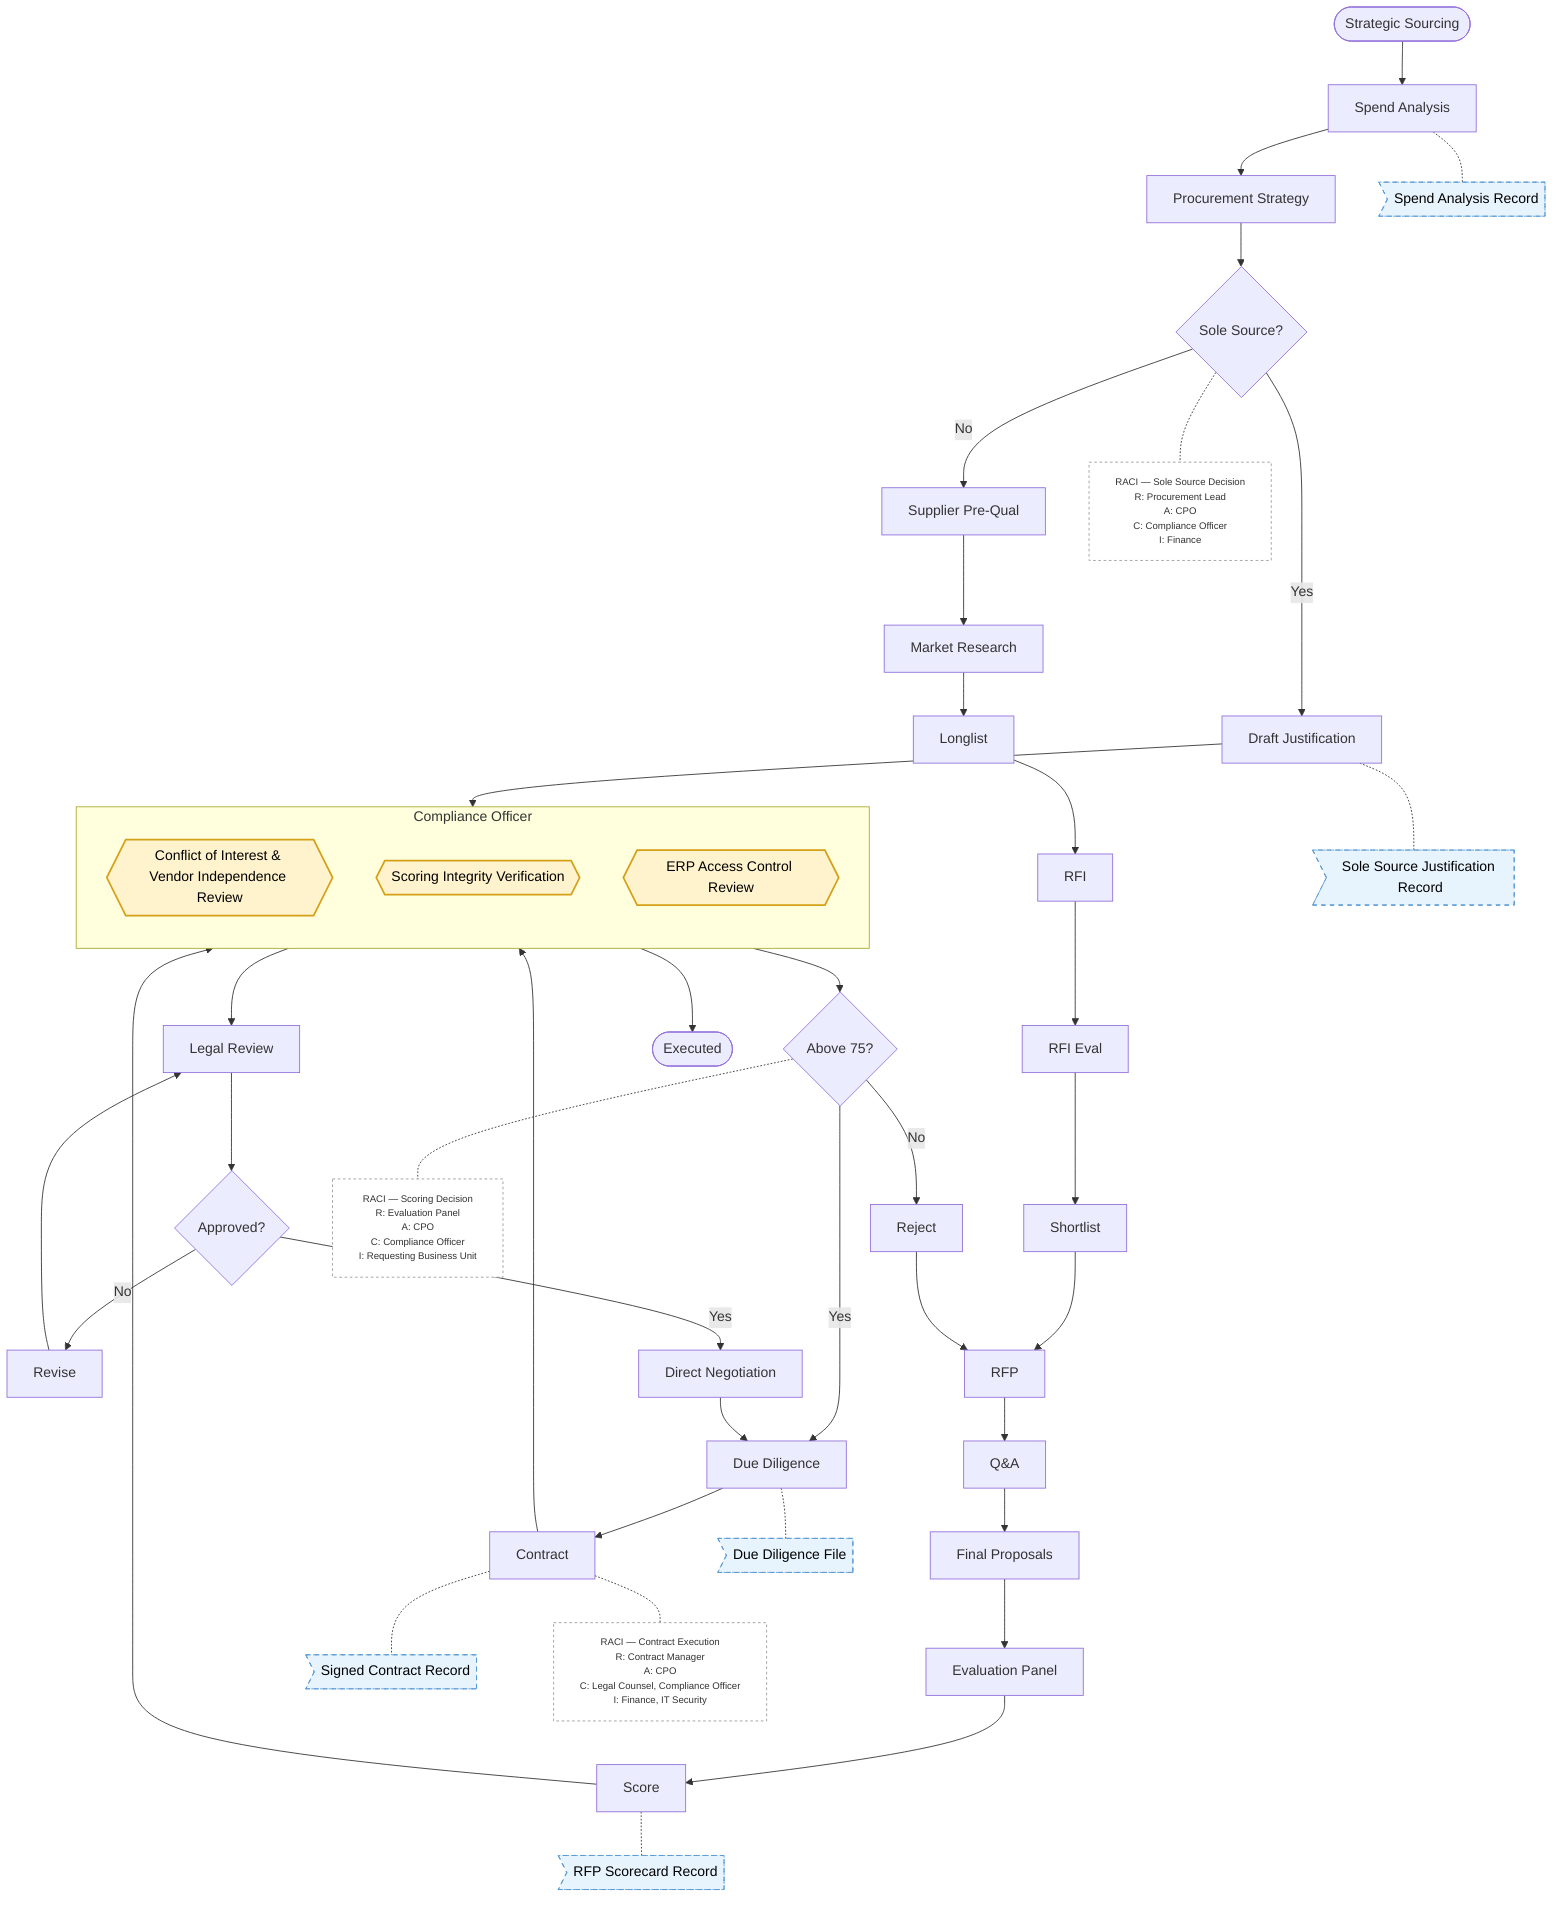
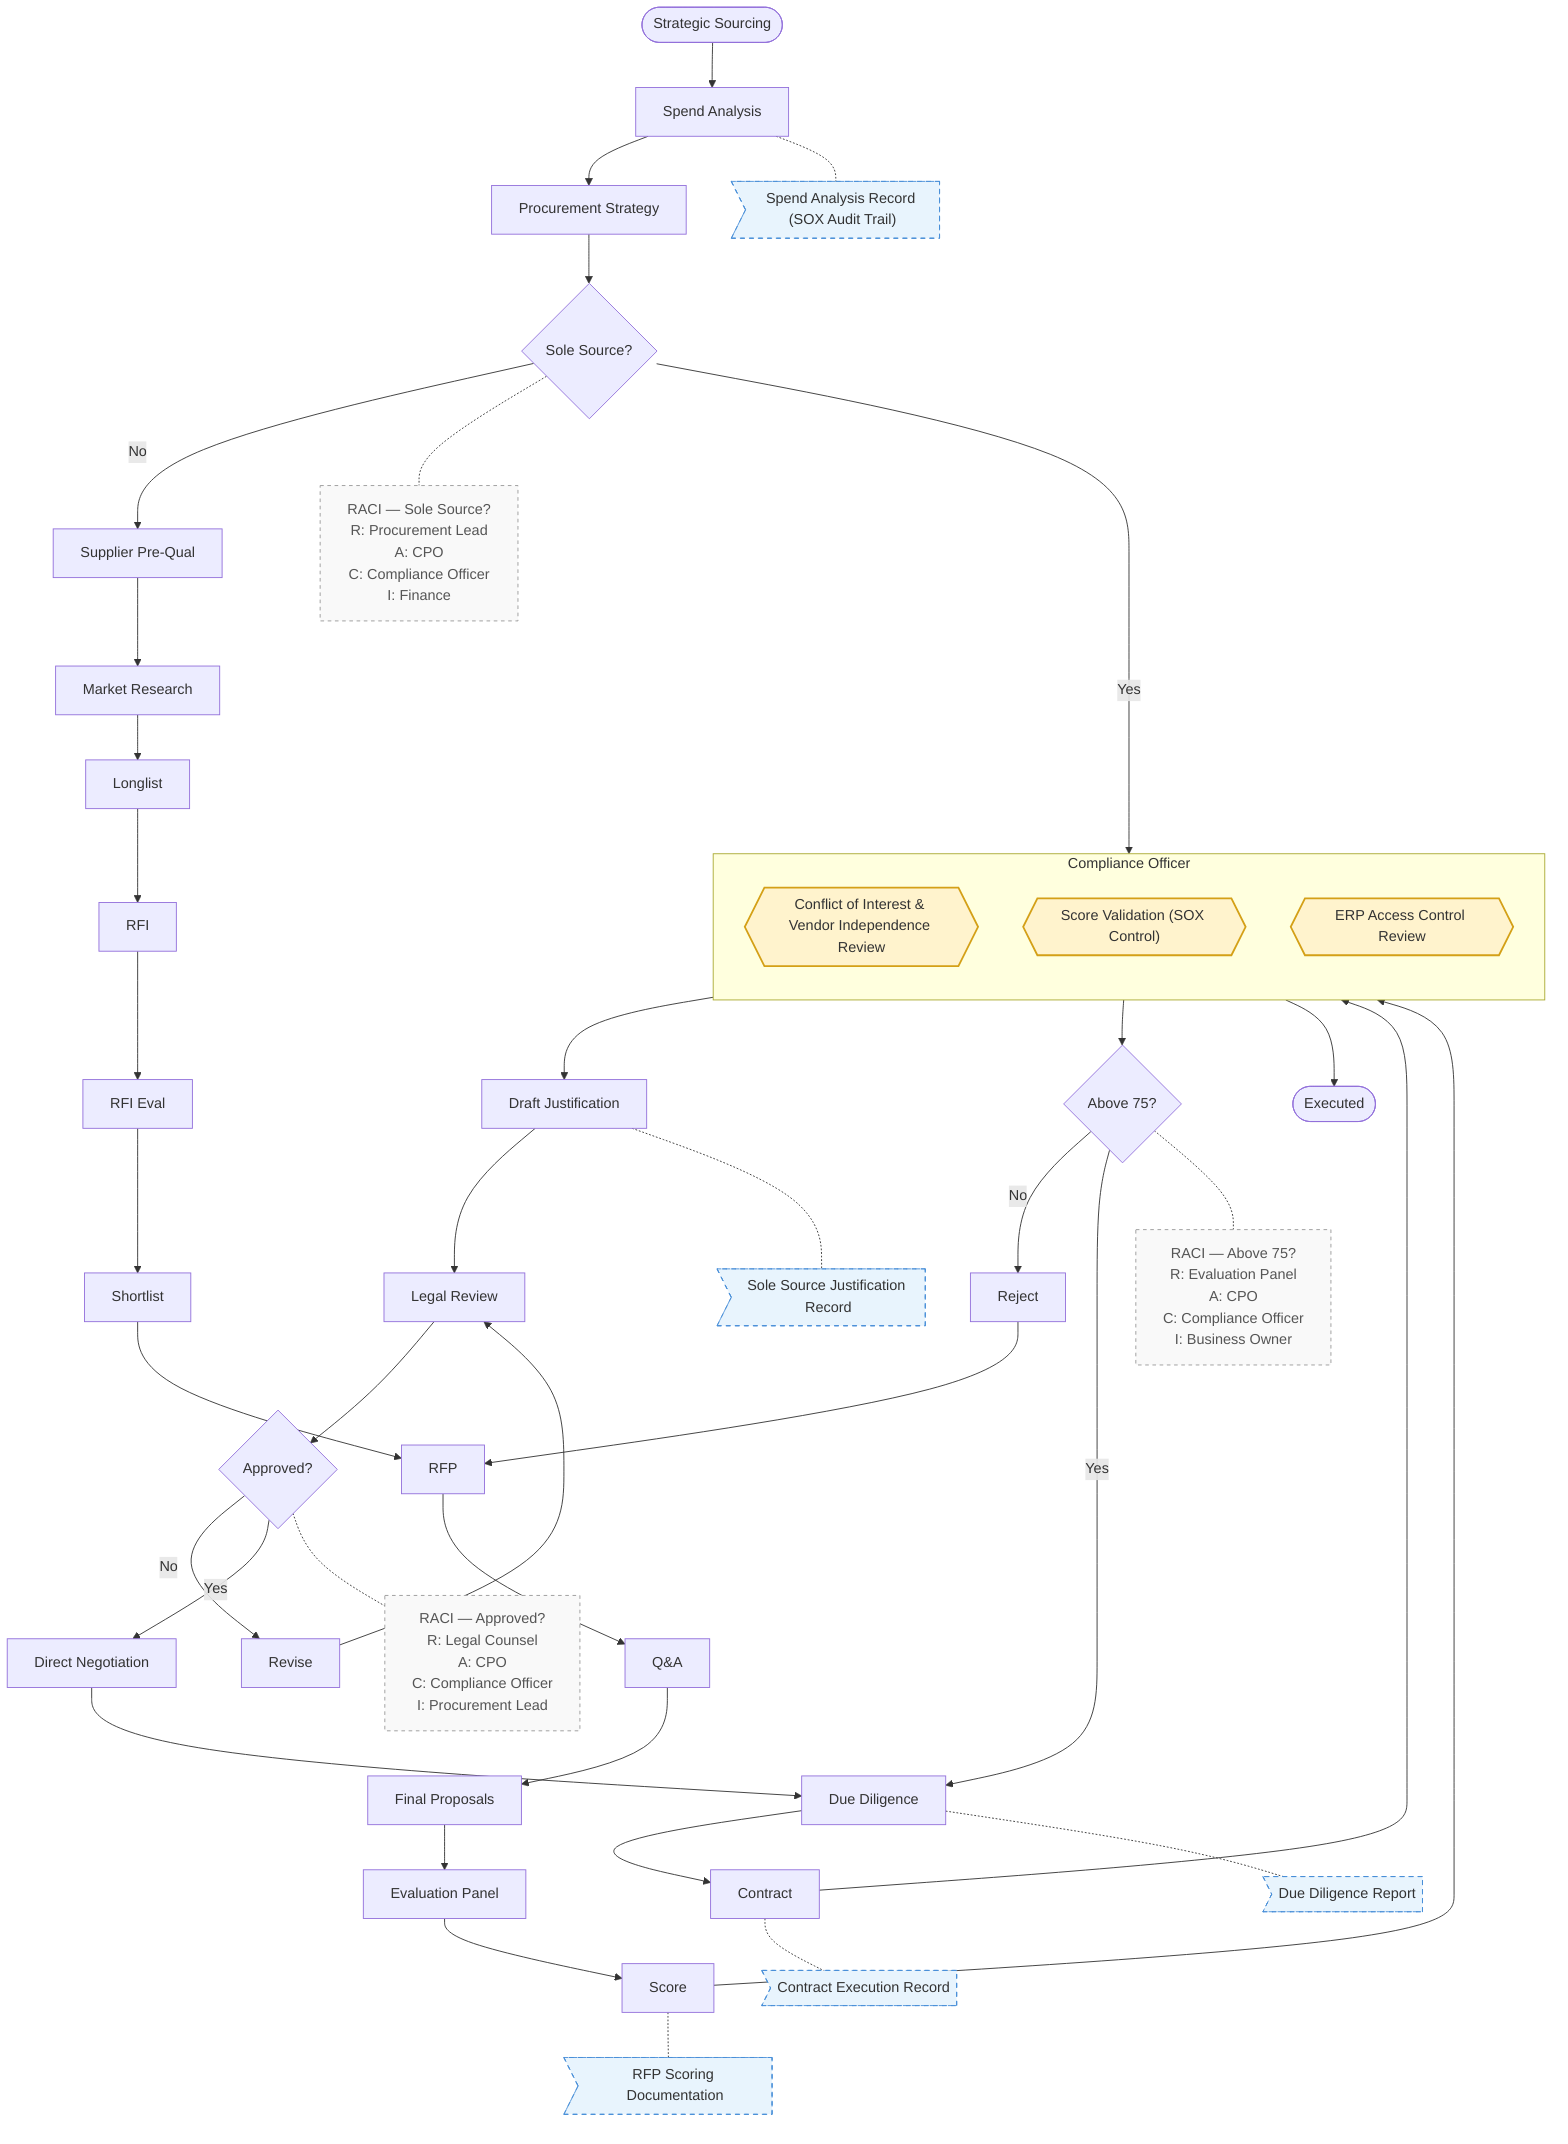
flowchart TD
+     %% ⚡ CHANGED SECTION — Compliance Officer lane with three checkpoints
+     subgraph COMP["Compliance Officer"]
+         direction TB
+         CHK1{{"Conflict of Interest & Vendor Independence Review"}}
+         CHK2{{"Score Validation (SOX Control)"}}
+         CHK3{{"ERP Access Control Review"}}
+     end
+ 
    A([Strategic Sourcing]) --> B[Spend Analysis]
    B --> C[Procurement Strategy]
    C --> D{Sole Source?}
-     D --> |Yes| E[Draft Justification]
+ 
+     %% ⚡ CHANGED SECTION — COI checkpoint before Sole Source justification is accepted
+     D --> |Yes| CHK1
+     CHK1 --> E[Draft Justification]
+ 
    D --> |No| F[Supplier Pre-Qual]
-     E --> CHK1
+     E --> G[Legal Review]
    G --> H{Approved?}
    H --> |No| I[Revise]
    I --> G
    H --> |Yes| J[Direct Negotiation]
    F --> K[Market Research]
    K --> L[Longlist]
    L --> M[RFI]
    M --> N[RFI Eval]
    N --> O[Shortlist]
    O --> P[RFP]
    P --> Q[Q&A]
    Q --> R[Final Proposals]
    R --> S[Evaluation Panel]
    S --> T[Score]
+ 
+     %% ⚡ CHANGED SECTION — Score validation checkpoint before threshold gate
    T --> CHK2
+     CHK2 --> U{Above 75?}
+ 
    U --> |No| V[Reject]
    U --> |Yes| W[Due Diligence]
    J --> W
    V --> P
    W --> X[Contract]
+ 
+     %% ⚡ CHANGED SECTION — ERP access control review after contract, before execution
    X --> CHK3
-     Y([Executed])
+     CHK3 --> Y([Executed])

-     %% ⚡ CHANGED SECTION — Compliance Officer lane with three checkpoints
-     subgraph COMP["Compliance Officer"]
-         direction TB
-         CHK1{{"Conflict of Interest & Vendor Independence Review"}}
-         CHK2{{"Scoring Integrity Verification"}}
-         CHK3{{"ERP Access Control Review"}}
-     end
+     %% ⚡ CHANGED SECTION — Documentation gates (data objects / audit artifacts)
+     DOC_B>"Spend Analysis Record (SOX Audit Trail)"]
+     B -.- DOC_B

-     CHK1 --> G[Legal Review]
-     CHK2 --> U{Above 75?}
-     CHK3 --> Y
+     DOC_E>"Sole Source Justification Record"]
+     E -.- DOC_E

-     %% ⚡ CHANGED SECTION — Audit records as data-object artifacts (not inline)
-     DOC_SPEND>"Spend Analysis Record"]
-     DOC_SOLESOURCE>"Sole Source Justification Record"]
-     DOC_SCORECARD>"RFP Scorecard Record"]
-     DOC_DD>"Due Diligence File"]
-     DOC_CONTRACT>"Signed Contract Record"]
+     DOC_T>"RFP Scoring Documentation"]
+     T -.- DOC_T

-     B -.- DOC_SPEND
-     E -.- DOC_SOLESOURCE
-     T -.- DOC_SCORECARD
-     W -.- DOC_DD
-     X -.- DOC_CONTRACT
+     DOC_W>"Due Diligence Report"]
+     W -.- DOC_W

-     %% ⚡ CHANGED SECTION — RACI annotations on the three big decisions
-     RACI_D["RACI — Sole Source Decision
-     R: Procurement Lead
-     A: CPO
-     C: Compliance Officer
-     I: Finance"]
+     DOC_X>"Contract Execution Record"]
+     X -.- DOC_X
+ 
+     %% ⚡ CHANGED SECTION — RACI annotations on major decision points
+     RACI_D["RACI — Sole Source?\nR: Procurement Lead\nA: CPO\nC: Compliance Officer\nI: Finance"]
    D -.- RACI_D

-     RACI_U["RACI — Scoring Decision
-     R: Evaluation Panel
-     A: CPO
-     C: Compliance Officer
-     I: Requesting Business Unit"]
+     RACI_H["RACI — Approved?\nR: Legal Counsel\nA: CPO\nC: Compliance Officer\nI: Procurement Lead"]
+     H -.- RACI_H
+ 
+     RACI_U["RACI — Above 75?\nR: Evaluation Panel\nA: CPO\nC: Compliance Officer\nI: Business Owner"]
    U -.- RACI_U

-     RACI_X["RACI — Contract Execution
-     R: Contract Manager
-     A: CPO
-     C: Legal Counsel, Compliance Officer
-     I: Finance, IT Security"]
-     X -.- RACI_X
- 
-     %% ⚡ CHANGED SECTION — Styling
-     classDef checkpoint fill:#fff3cd,stroke:#d4a017,stroke-width:2px,color:#000
-     classDef dataobj fill:#e8f4fd,stroke:#5b9bd5,stroke-width:1px,stroke-dasharray:5 5,color:#000
-     classDef annotation fill:#fff,stroke:#999,stroke-width:1px,stroke-dasharray:3 3,color:#333,font-size:11px
+     %% ⚡ CHANGED SECTION — Styles
+     classDef checkpoint fill:#fff3cd,stroke:#d4a017,stroke-width:2px,color:#333
+     classDef dataobj fill:#e8f4fd,stroke:#4a90d9,stroke-width:1px,stroke-dasharray:5 5,color:#333
+     classDef annotation fill:#f9f9f9,stroke:#999,stroke-width:1px,stroke-dasharray:4 4,color:#555

    class CHK1,CHK2,CHK3 checkpoint
-     class DOC_SPEND,DOC_SOLESOURCE,DOC_SCORECARD,DOC_DD,DOC_CONTRACT dataobj
-     class RACI_D,RACI_U,RACI_X annotation
+     class DOC_B,DOC_E,DOC_T,DOC_W,DOC_X dataobj
+     class RACI_D,RACI_H,RACI_U annotation

%% EXPLANATION:
- %% Added a Compliance Officer subgraph (lane) containing three hexagonal checkpoint tasks: Conflict of Interest & Vendor Independence Review (inserted between Draft Justification and Legal Review), Scoring Integrity Verification (inserted between Score and the Above 75? gateway), and ERP Access Control Review (inserted between Contract and Executed). Five audit-trail data objects (Spend Analysis Record, Sole Source Justification Record, RFP Scorecard Record, Due Diligence File, Signed Contract Record) were attached as artifacts via dotted association lines to their source tasks, keeping them out of the sequence flow. RACI annotation nodes were added to the three major decision gateways (Sole Source?, Above 75?, Contract Execution) on dotted lines. All existing paths—sole source, competitive bidding, and reject-resubmit—remain unchanged.+ %% Added a Compliance Officer subgraph containing three hexagonal checkpoints: (1) Conflict of Interest & Vendor Independence Review inserted between the Sole Source decision and Draft Justification, (2) Score Validation inserted between Score and the Above 75 threshold gate, and (3) ERP Access Control Review inserted between Contract and Executed. Five documentation artifacts (flag-shaped data objects) were attached via dotted association lines to Spend Analysis, Draft Justification, Score, Due Diligence, and Contract nodes to create an end-to-end audit trail without interrupting sequence flow. RACI annotation nodes were connected via dotted lines to the three major decision gateways (Sole Source, Approved, Above 75). All original paths—sole source, competitive RFP, and reject-resubmit loop—remain intact with their original routing preserved.